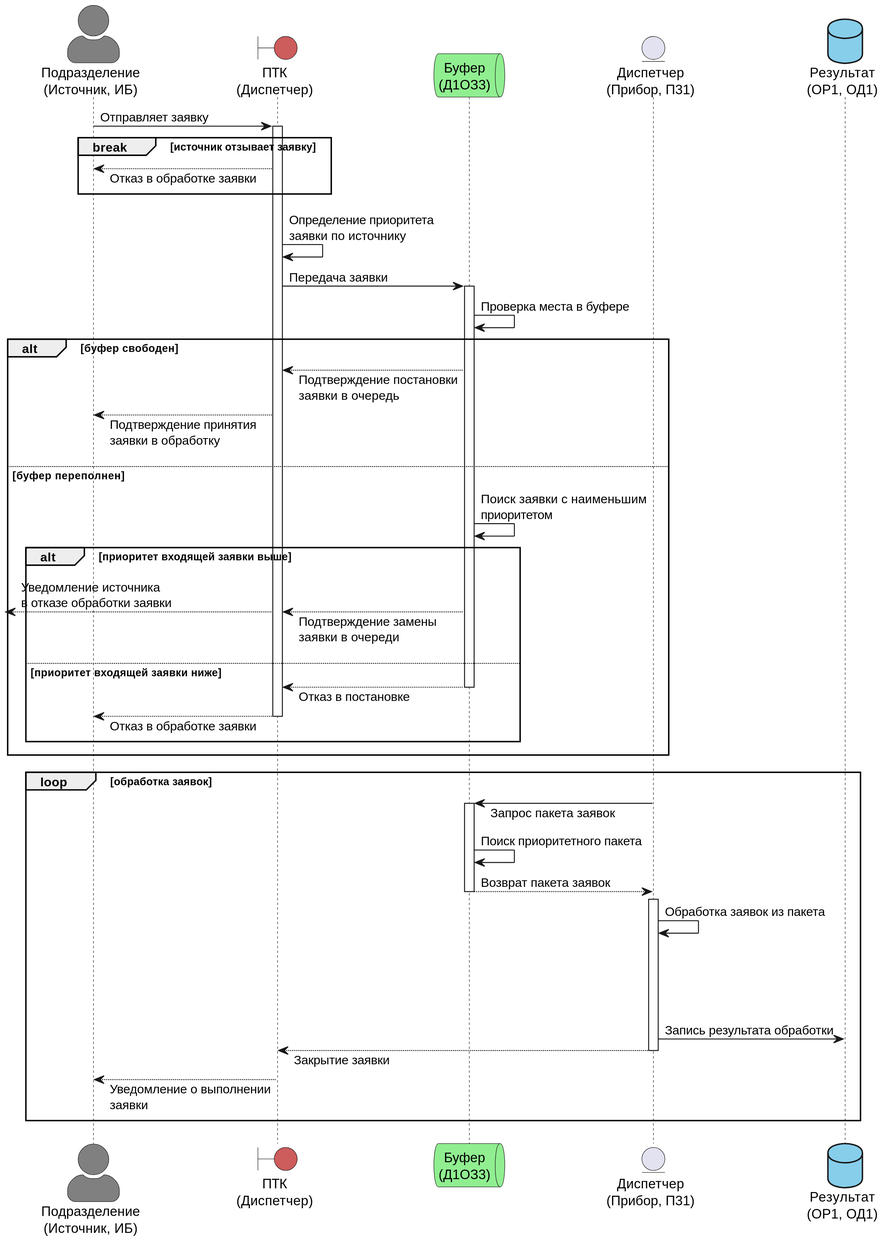
Earlier version of the PlantUML export docs/diagrams/out/sequnce/sequence-diagram.svg (zagric/ASS).
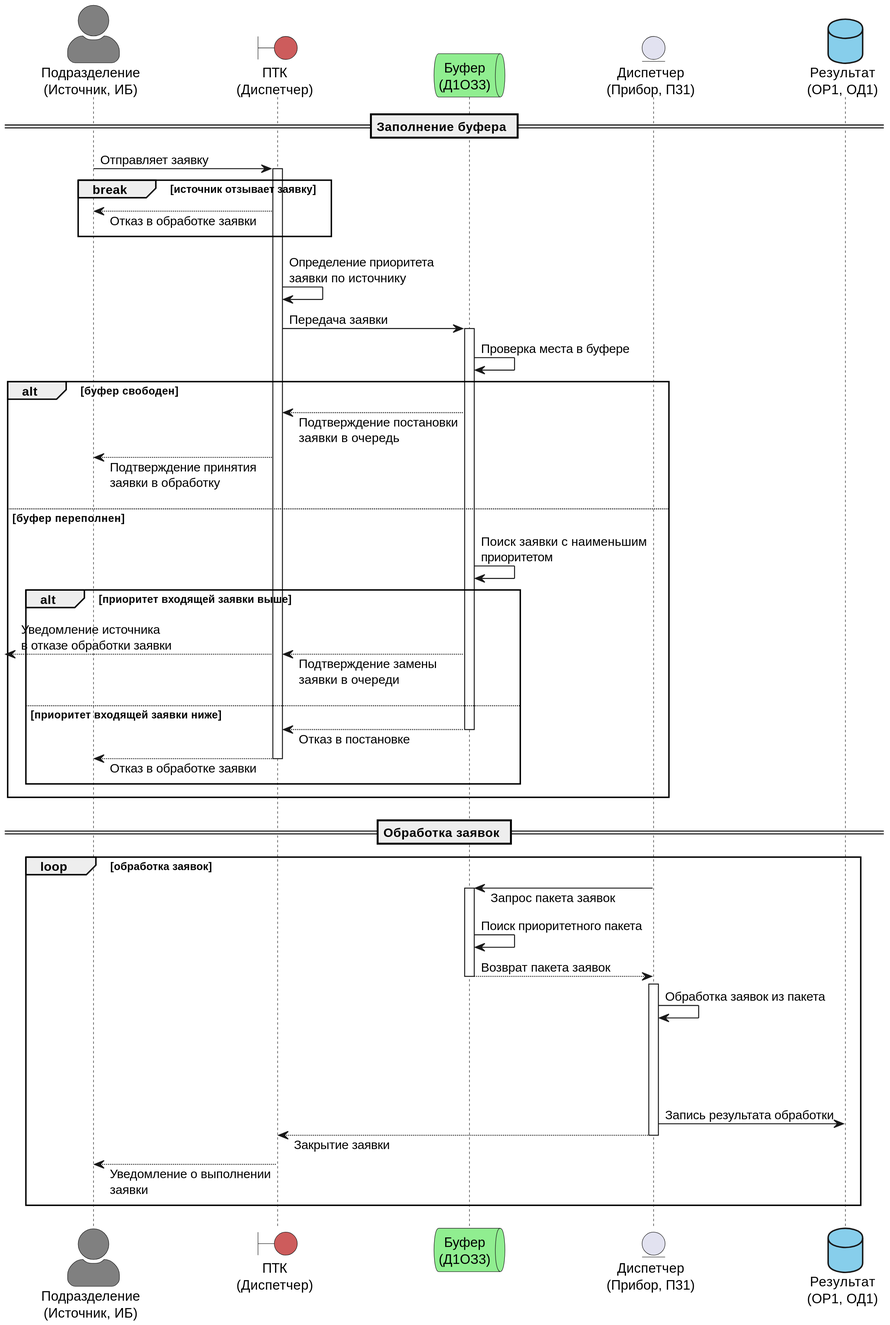
The same diagram one commit later.

What changed in the source:
```diff
@@ -11,6 +11,7 @@
 	entity		"Диспетчер\n(Прибор, П31)"			as worker
 	database	"Результат\n(ОР1, ОД1)"					as db #SkyBlue
 
+	== Заполнение буфера ==
 	source	-> ptk++:			Отправляет заявку
 	break источник отзывает заявку
 		source	<-- ptk:		Отказ в обработке заявки
@@ -32,6 +33,8 @@
 		end
 	end
 
+	== Обработка заявок ==
+
 	loop обработка заявок
 		buffer		<-	worker++:		Запрос пакета заявок
 		buffer		->	buffer:			Поиск приоритетного пакета
```
